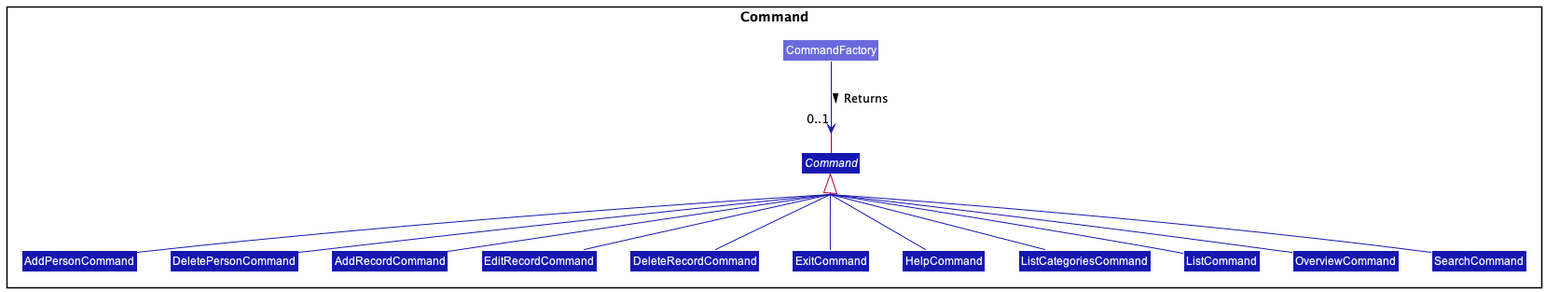
Above: docs/images/CommandsClassDiagram.png in nus-cs2113-AY2122S2/tp (PlantUML), before the change. Its diagram source:
```plantuml
@startuml
skinparam groupInheritance 2

!include style.puml

Package Command as C {
    abstract class Command LOGIC_COLOR_T3
    class CommandFactory LOGIC_COLOR_T2
    class AddPersonCommand LOGIC_COLOR_T3
    class DeletePersonCommand LOGIC_COLOR_T3
    class AddRecordCommand LOGIC_COLOR_T3
    class EditRecordCommand LOGIC_COLOR_T3
    class DeleteRecordCommand LOGIC_COLOR_T3
    class ExitCommand LOGIC_COLOR_T3
    class HelpCommand LOGIC_COLOR_T3
    class ListCategoriesCommand LOGIC_COLOR_T3
    class ListCommand LOGIC_COLOR_T3
    class OverviewCommand LOGIC_COLOR_T3
    class SearchCommand LOGIC_COLOR_T3
}

Command <|-[LOGIC_COLOR_T3]- AddRecordCommand
Command <|-[LOGIC_COLOR_T3]- DeleteRecordCommand
Command <|-[LOGIC_COLOR_T3]-AddPersonCommand
Command <|-[LOGIC_COLOR_T3]- DeletePersonCommand
Command <|-[LOGIC_COLOR_T3]- EditRecordCommand
Command <|-[LOGIC_COLOR_T3]- ExitCommand
Command <|-[LOGIC_COLOR_T3]- ListCategoriesCommand
Command <|-[LOGIC_COLOR_T3]- OverviewCommand
Command <|-[LOGIC_COLOR_T3]- HelpCommand
Command <|-[LOGIC_COLOR_T3]- ListCommand
Command <|-[LOGIC_COLOR_T3]- SearchCommand


CommandFactory -[LOGIC_COLOR_T3]->"0..1" Command : Returns >
@enduml
```
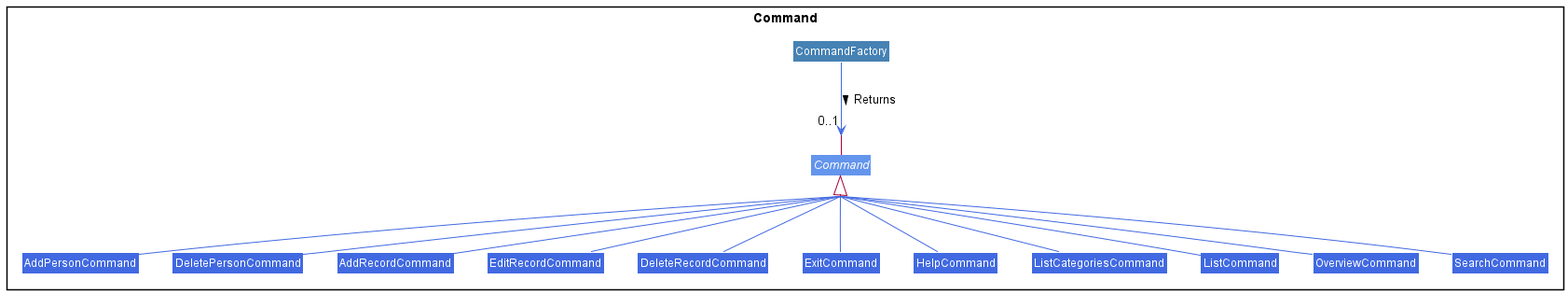
Later version of the same file.

What changed in the source:
```diff
@@ -4,33 +4,33 @@
 !include style.puml
 
 Package Command as C {
-    abstract class Command LOGIC_COLOR_T3
-    class CommandFactory LOGIC_COLOR_T2
-    class AddPersonCommand LOGIC_COLOR_T3
-    class DeletePersonCommand LOGIC_COLOR_T3
-    class AddRecordCommand LOGIC_COLOR_T3
-    class EditRecordCommand LOGIC_COLOR_T3
-    class DeleteRecordCommand LOGIC_COLOR_T3
-    class ExitCommand LOGIC_COLOR_T3
-    class HelpCommand LOGIC_COLOR_T3
-    class ListCategoriesCommand LOGIC_COLOR_T3
-    class ListCommand LOGIC_COLOR_T3
-    class OverviewCommand LOGIC_COLOR_T3
-    class SearchCommand LOGIC_COLOR_T3
+    abstract class Command COMMAND_COLOR_T3
+    class CommandFactory COMMAND_COLOR
+    class AddPersonCommand COMMAND_COLOR_T1
+    class DeletePersonCommand COMMAND_COLOR_T1
+    class AddRecordCommand COMMAND_COLOR_T1
+    class EditRecordCommand COMMAND_COLOR_T1
+    class DeleteRecordCommand COMMAND_COLOR_T1
+    class ExitCommand COMMAND_COLOR_T1
+    class HelpCommand COMMAND_COLOR_T1
+    class ListCategoriesCommand COMMAND_COLOR_T1
+    class ListCommand COMMAND_COLOR_T1
+    class OverviewCommand COMMAND_COLOR_T1
+    class SearchCommand COMMAND_COLOR_T1
 }
 
-Command <|-[LOGIC_COLOR_T3]- AddRecordCommand
-Command <|-[LOGIC_COLOR_T3]- DeleteRecordCommand
-Command <|-[LOGIC_COLOR_T3]-AddPersonCommand
-Command <|-[LOGIC_COLOR_T3]- DeletePersonCommand
-Command <|-[LOGIC_COLOR_T3]- EditRecordCommand
-Command <|-[LOGIC_COLOR_T3]- ExitCommand
-Command <|-[LOGIC_COLOR_T3]- ListCategoriesCommand
-Command <|-[LOGIC_COLOR_T3]- OverviewCommand
-Command <|-[LOGIC_COLOR_T3]- HelpCommand
-Command <|-[LOGIC_COLOR_T3]- ListCommand
-Command <|-[LOGIC_COLOR_T3]- SearchCommand
+Command <|-[COMMAND_COLOR_T1]- AddRecordCommand
+Command <|-[COMMAND_COLOR_T1]- DeleteRecordCommand
+Command <|-[COMMAND_COLOR_T1]-AddPersonCommand
+Command <|-[COMMAND_COLOR_T1]- DeletePersonCommand
+Command <|-[COMMAND_COLOR_T1]- EditRecordCommand
+Command <|-[COMMAND_COLOR_T1]- ExitCommand
+Command <|-[COMMAND_COLOR_T1]- ListCategoriesCommand
+Command <|-[COMMAND_COLOR_T1]- OverviewCommand
+Command <|-[COMMAND_COLOR_T1]- HelpCommand
+Command <|-[COMMAND_COLOR_T1]- ListCommand
+Command <|-[COMMAND_COLOR_T1]- SearchCommand
 
 
-CommandFactory -[LOGIC_COLOR_T3]->"0..1" Command : Returns >
+CommandFactory -[COMMAND_COLOR_T1]->"0..1" Command : Returns >
 @enduml
```
